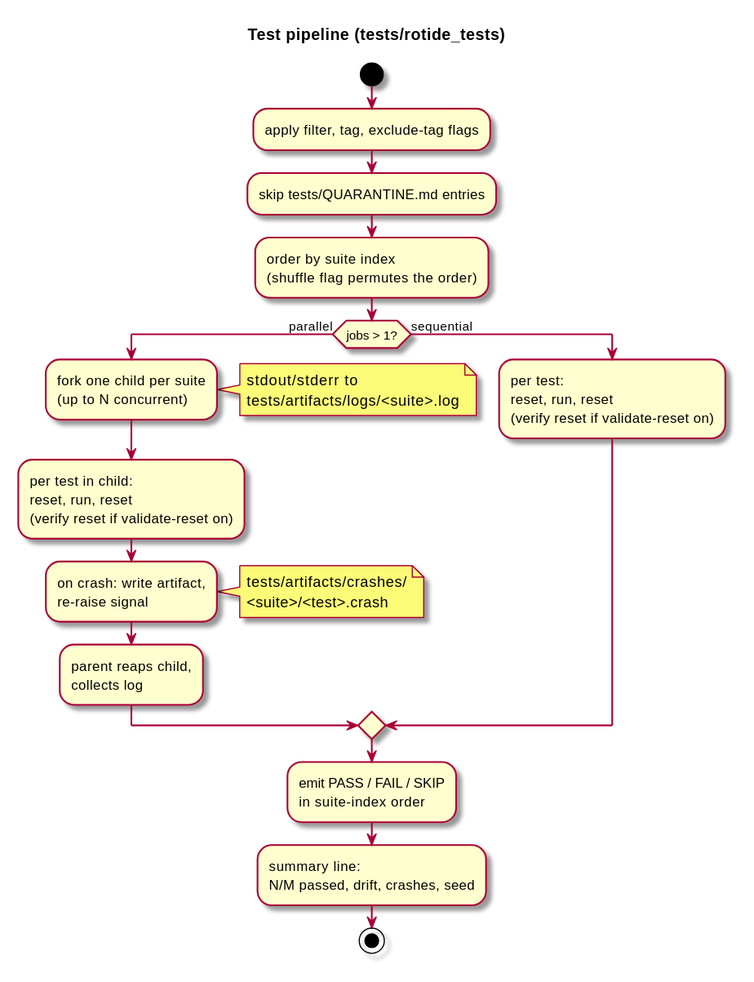
Above: docs/diagrams/svg/test-pipeline.svg in kokkoniemi/rotide (PlantUML), before the change. Its source is kept beside it as docs/diagrams/src/test-pipeline.puml. Its diagram source:
```plantuml
@startuml
skin rose
skinparam backgroundColor #FFFFFF
title Test pipeline (tests/rotide_tests)

start

:apply filter, tag, exclude-tag flags;
:skip tests/QUARANTINE.md entries;
:order by suite index
(shuffle flag permutes the order);

if (jobs > 1?) then (parallel)
	:fork one child per suite
	(up to N concurrent);
	note right
		stdout/stderr to
		tests/artifacts/logs/<suite>.log
	end note
	:per test in child:
	reset, run, reset
	(verify reset if validate-reset on);
	:on crash: write artifact,
	re-raise signal;
	note right
		tests/artifacts/crashes/
		<suite>/<test>.crash
	end note
	:parent reaps child,
	collects log;
else (sequential)
	:per test:
	reset, run, reset
	(verify reset if validate-reset on);
endif

:emit PASS / FAIL / SKIP
in suite-index order;
:summary line:
N/M passed, drift, crashes, seed;

stop

@enduml
```
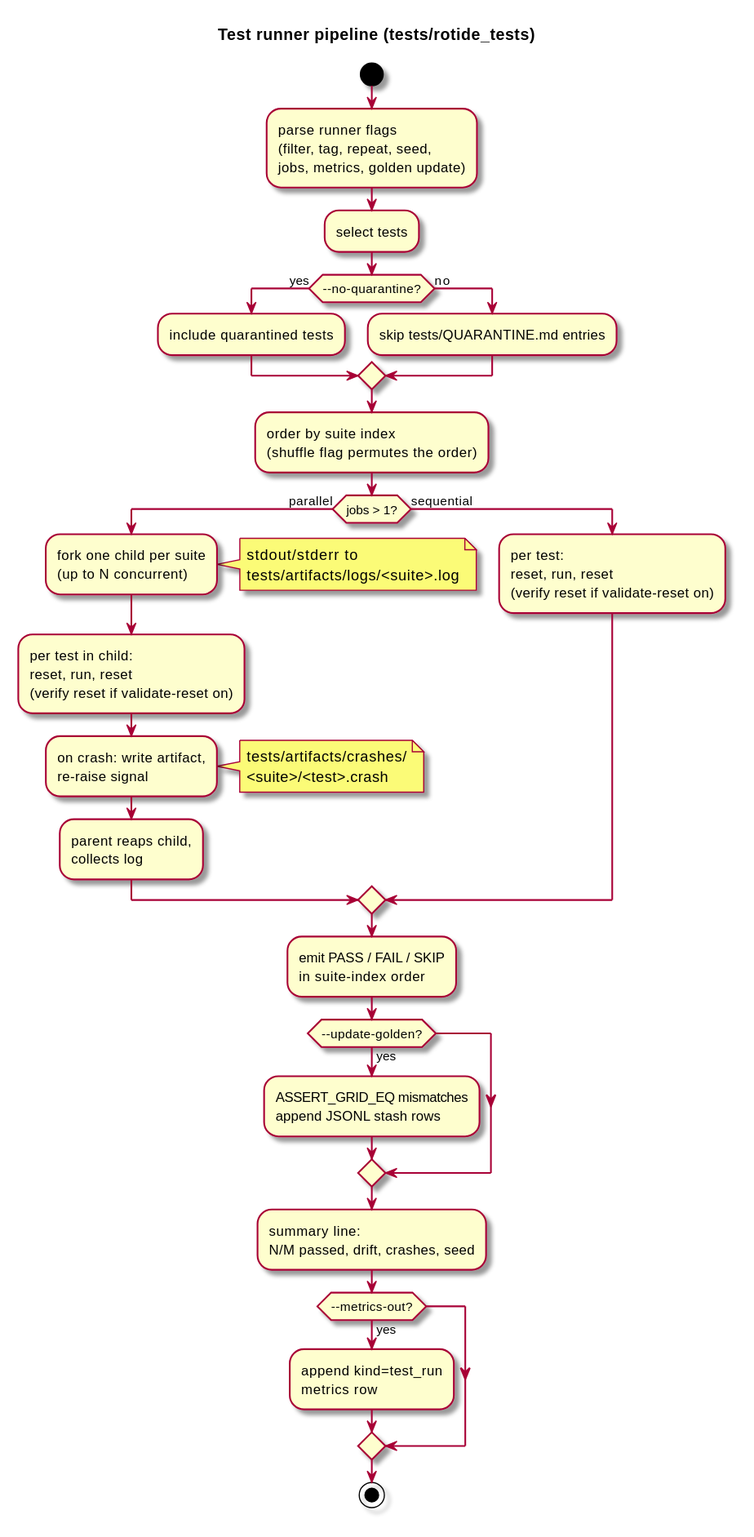
After the change.

Diff of the diagram source:
```diff
@@ -1,12 +1,19 @@
 @startuml
 skin rose
 skinparam backgroundColor #FFFFFF
-title Test pipeline (tests/rotide_tests)
+title Test runner pipeline (tests/rotide_tests)
 
 start
 
-:apply filter, tag, exclude-tag flags;
-:skip tests/QUARANTINE.md entries;
+:parse runner flags
+(filter, tag, repeat, seed,
+jobs, metrics, golden update);
+:select tests;
+if (--no-quarantine?) then (yes)
+	:include quarantined tests;
+else (no)
+	:skip tests/QUARANTINE.md entries;
+endif
 :order by suite index
 (shuffle flag permutes the order);
 
@@ -36,8 +43,16 @@
 
 :emit PASS / FAIL / SKIP
 in suite-index order;
+if (--update-golden?) then (yes)
+	:ASSERT_GRID_EQ mismatches
+	append JSONL stash rows;
+endif
 :summary line:
 N/M passed, drift, crashes, seed;
+if (--metrics-out?) then (yes)
+	:append kind=test_run
+	metrics row;
+endif
 
 stop
 
```
